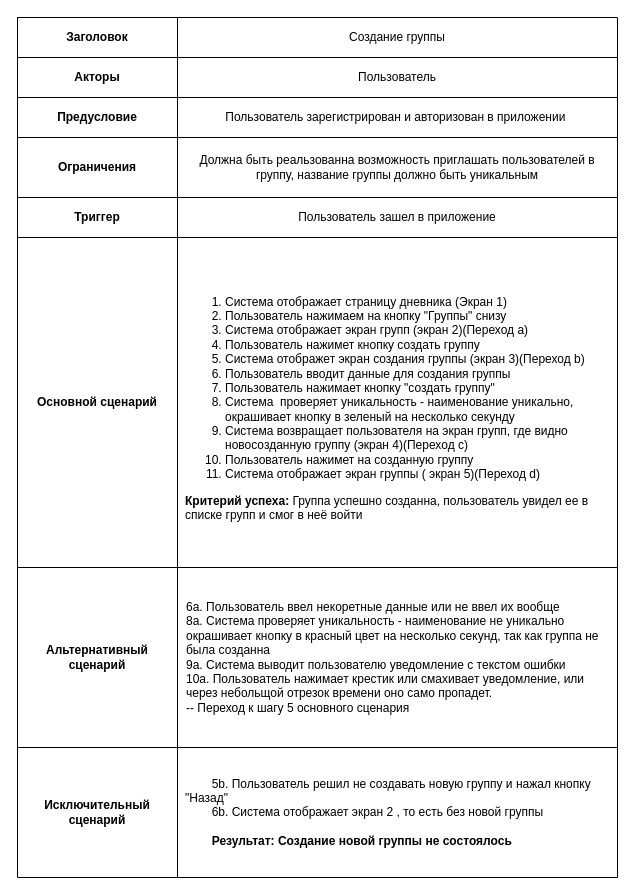
Above: Panov_Alexandr/use case.drawio in abdullahproff/BSA21_1 (draw.io), before the change. Source tidied: cells renumbered, new cells numbered last; positions are measured from the earlier drawing's top-left corner, leaving out a move shared by most shapes. Both pictures are drawn from the tidied source at 100%, with x=0, y=0 at pixel (17, 17).
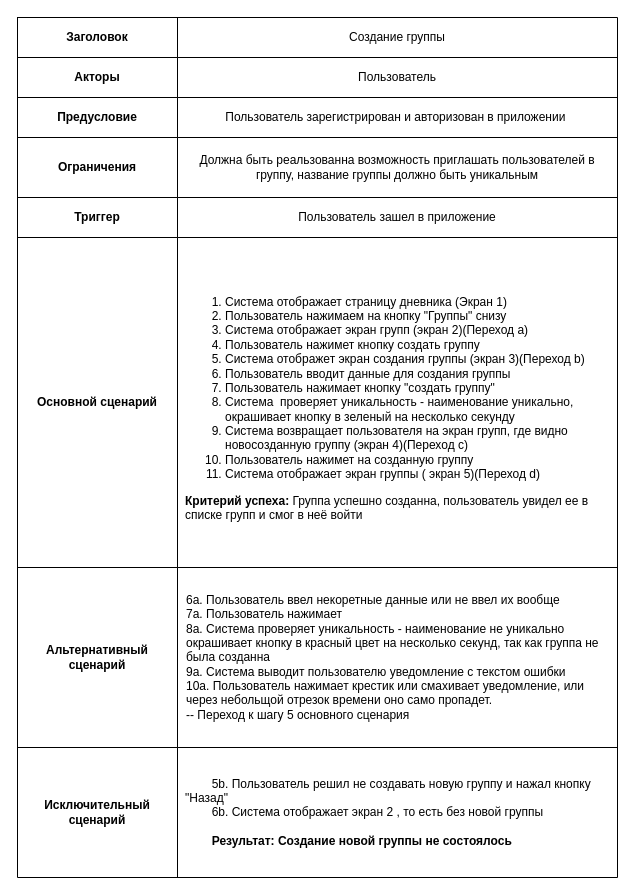
Above is the later version.

Commit message (it also covers changes not shown here):
Panov TYa

Unchanged cells that the change refers to:
```xml
<mxCell id="21" style="shape=tableRow;horizontal=0;startSize=0;swimlaneHead=0;swimlaneBody=0;strokeColor=inherit;top=0;left=0;bottom=0;right=0;fillColor=none;" parent="2" vertex="1">
  <mxGeometry y="550" width="600" height="180" as="geometry" />
</mxCell>
```

The edit, as a diff of the source:
```diff
@@
-    <mxCell id="23" value="&lt;span style=&quot;background-color: initial;&quot;&gt;&lt;span style=&quot;&quot;&gt;&#9;&lt;/span&gt;6а. Пользователь ввел некоретные данные или не ввел их вообще&lt;/span&gt;&lt;br&gt;8а. Система&amp;nbsp;&lt;span style=&quot;background-color: initial;&quot;&gt;&lt;/span&gt;проверяет уникальность - наименование не уникально&lt;span style=&quot;background-color: initial;&quot;&gt;&lt;br&gt;окрашивает кнопку в красный цвет на несколько секунд, так как группа не была созданна&lt;br&gt;&lt;/span&gt;9а. Система выводит пользователю уведомление с текстом ошибки&lt;br&gt;10a. Пользователь нажимает крестик или смахивает уведомление, или через небольщой отрезок времени оно само пропадет.&lt;br&gt;&lt;span style=&quot;&quot;&gt;&#9;&lt;/span&gt;-- Переход к шагу 5 основного сценария" style="shape=partialRectangle;html=1;whiteSpace=wrap;strokeColor=inherit;overflow=hidden;fillColor=none;top=0;left=0;bottom=0;right=0;align=left;spacingLeft=7;spacingRight=7;" parent="21" vertex="1">
+    <mxCell id="23" value="&lt;span style=&quot;background-color: initial;&quot;&gt;&lt;span style=&quot;&quot;&gt;&#9;&lt;/span&gt;6а. Пользователь ввел некоретные данные или не ввел их вообще&lt;br&gt;&lt;/span&gt;7а. Пользователь нажимает&amp;nbsp;&lt;br&gt;8а. Система&amp;nbsp;&lt;span style=&quot;background-color: initial;&quot;&gt;&lt;/span&gt;проверяет уникальность - наименование не уникально&lt;span style=&quot;background-color: initial;&quot;&gt;&lt;br&gt;окрашивает кнопку в красный цвет на несколько секунд, так как группа не была созданна&lt;br&gt;&lt;/span&gt;9а. Система выводит пользователю уведомление с текстом ошибки&lt;br&gt;10a. Пользователь нажимает крестик или смахивает уведомление, или через небольщой отрезок времени оно само пропадет.&lt;br&gt;&lt;span style=&quot;&quot;&gt;&#9;&lt;/span&gt;-- Переход к шагу 5 основного сценария" style="shape=partialRectangle;html=1;whiteSpace=wrap;strokeColor=inherit;overflow=hidden;fillColor=none;top=0;left=0;bottom=0;right=0;align=left;spacingLeft=7;spacingRight=7;" parent="21" vertex="1">
       <mxGeometry x="160" width="440" height="180" as="geometry" />
     </mxCell>
```
